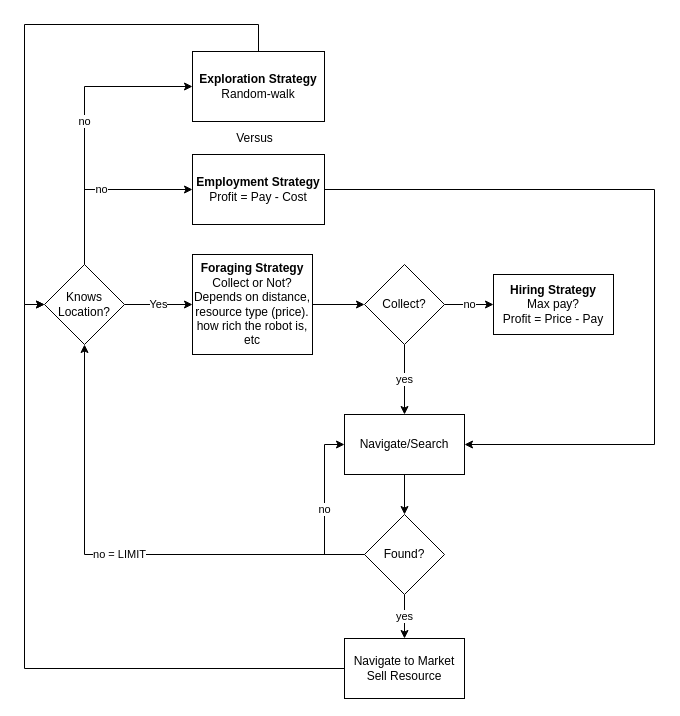
This is MarketForaging/Copy of Untitled Diagram.drawio from teksander/geth-argos, a draw.io file, before an edit. Source tidied: cells renumbered, new cells numbered last; positions are measured from the earlier drawing's top-left corner, leaving out a move shared by most shapes. Both pictures are drawn from the tidied source at 100%, with x=0, y=0 at pixel (24, 24).
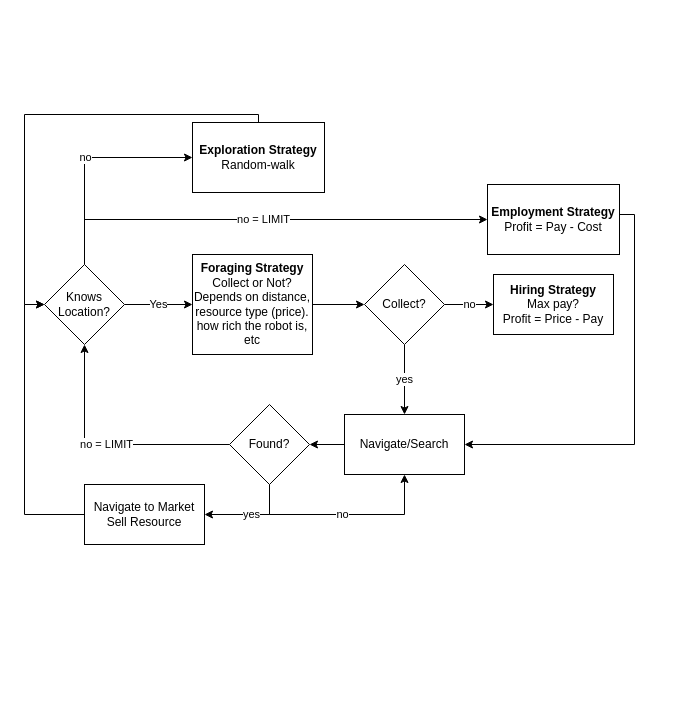
The same page after the edit.

Unchanged cells that the change refers to:
```xml
<mxCell id="5" value="Navigate/Search" style="rounded=0;whiteSpace=wrap;html=1;" parent="1" vertex="1">
  <mxGeometry x="320" y="390" width="120" height="60" as="geometry" />
</mxCell>
<mxCell id="11" value="Knows Location?" style="rhombus;whiteSpace=wrap;html=1;" parent="1" vertex="1">
  <mxGeometry x="20" y="240" width="80" height="80" as="geometry" />
</mxCell>
```

What changed in the source:
```diff
@@
     <mxCell id="2" style="edgeStyle=orthogonalEdgeStyle;rounded=0;jettySize=auto;html=1;entryX=0;entryY=0.5;entryDx=0;entryDy=0;" parent="1" edge="1" source="3" target="11">
-      <mxGeometry relative="1" as="geometry" />
+      <mxGeometry relative="1" as="geometry">
+        <Array as="points">
+          <mxPoint y="280" />
+        </Array>
+      </mxGeometry>
     </mxCell>
     <mxCell id="3" value="Navigate to Market&lt;br&gt;Sell Resource" style="rounded=0;whiteSpace=wrap;html=1;" parent="1" vertex="1">
-      <mxGeometry x="320" y="614" width="120" height="60" as="geometry" />
+      <mxGeometry x="60" y="460" width="120" height="60" as="geometry" />
     </mxCell>
-    <mxCell id="4" style="edgeStyle=orthogonalEdgeStyle;rounded=0;jettySize=auto;html=1;entryX=0.5;entryY=0;entryDx=0;entryDy=0;" parent="1" edge="1" source="5" target="18">
-      <mxGeometry relative="1" as="geometry" />
+    <mxCell id="4" style="edgeStyle=orthogonalEdgeStyle;rounded=0;jettySize=auto;html=1;entryX=1;entryY=0.5;entryDx=0;entryDy=0;" parent="1" edge="1" source="5" target="18">
+      <mxGeometry relative="1" as="geometry">
+        <Array as="points">
+          <mxPoint x="290" y="420" />
+          <mxPoint x="290" y="420" />
+        </Array>
+      </mxGeometry>
     </mxCell>
@@
     <mxCell id="9" value="no" style="edgeStyle=orthogonalEdgeStyle;rounded=0;jettySize=auto;html=1;entryX=0;entryY=0.5;entryDx=0;entryDy=0;" parent="1" edge="1" source="11" target="21">
       <mxGeometry relative="1" as="geometry">
         <Array as="points">
-          <mxPoint x="60" y="62" />
+          <mxPoint x="60" y="133" />
         </Array>
       </mxGeometry>
     </mxCell>
-    <mxCell id="10" value="no" style="edgeStyle=orthogonalEdgeStyle;rounded=0;jettySize=auto;html=1;entryX=0;entryY=0.5;entryDx=0;entryDy=0;" parent="1" edge="1" source="11" target="23">
+    <mxCell id="10" value="no = LIMIT" style="edgeStyle=orthogonalEdgeStyle;rounded=0;jettySize=auto;html=1;entryX=0;entryY=0.5;entryDx=0;entryDy=0;" parent="1" edge="1" source="11" target="23">
       <mxGeometry relative="1" as="geometry">
         <Array as="points">
-          <mxPoint x="60" y="165" />
+          <mxPoint x="60" y="195" />
         </Array>
       </mxGeometry>
     </mxCell>
@@
-    <mxCell id="15" value="no" style="edgeStyle=orthogonalEdgeStyle;rounded=0;jettySize=auto;html=1;entryX=0;entryY=0.5;entryDx=0;entryDy=0;" parent="1" edge="1" source="18" target="5">
+    <mxCell id="15" value="no" style="edgeStyle=orthogonalEdgeStyle;rounded=0;jettySize=auto;html=1;entryX=0.5;entryY=1;entryDx=0;entryDy=0;" parent="1" edge="1" source="18" target="5">
       <mxGeometry relative="1" as="geometry">
         <Array as="points">
-          <mxPoint x="300" y="530" />
-          <mxPoint x="300" y="420" />
+          <mxPoint x="245" y="490" />
+          <mxPoint x="380" y="490" />
         </Array>
       </mxGeometry>
     </mxCell>
@@
-    <mxCell id="17" value="yes" style="edgeStyle=orthogonalEdgeStyle;rounded=0;jettySize=auto;html=1;" parent="1" edge="1" source="18" target="3">
-      <mxGeometry relative="1" as="geometry" />
+    <mxCell id="17" value="yes" style="edgeStyle=orthogonalEdgeStyle;rounded=0;jettySize=auto;html=1;entryX=1;entryY=0.5;entryDx=0;entryDy=0;" parent="1" edge="1" source="18" target="3">
+      <mxGeometry relative="1" as="geometry">
+        <Array as="points">
+          <mxPoint x="245" y="490" />
+        </Array>
+      </mxGeometry>
     </mxCell>
     <mxCell id="18" value="Found?" style="rhombus;whiteSpace=wrap;html=1;" parent="1" vertex="1">
-      <mxGeometry x="340" y="490" width="80" height="80" as="geometry" />
+      <mxGeometry x="205" y="380" width="80" height="80" as="geometry" />
     </mxCell>
@@
     <mxCell id="20" style="edgeStyle=orthogonalEdgeStyle;rounded=0;jettySize=auto;html=1;entryX=0;entryY=0.5;entryDx=0;entryDy=0;" parent="1" edge="1" source="21" target="11">
       <mxGeometry relative="1" as="geometry">
         <Array as="points">
-          <mxPoint x="234" />
-          <mxPoint />
+          <mxPoint x="234" y="90" />
+          <mxPoint y="90" />
           <mxPoint y="280" />
         </Array>
       </mxGeometry>
     </mxCell>
     <mxCell id="21" value="&lt;b&gt;Exploration Strategy&lt;/b&gt;&lt;br&gt;Random-walk" style="rounded=0;whiteSpace=wrap;html=1;" parent="1" vertex="1">
-      <mxGeometry x="168" y="27" width="132" height="70" as="geometry" />
+      <mxGeometry x="168" y="98" width="132" height="70" as="geometry" />
     </mxCell>
     <mxCell id="22" style="edgeStyle=orthogonalEdgeStyle;rounded=0;jettySize=auto;html=1;entryX=1;entryY=0.5;entryDx=0;entryDy=0;" parent="1" edge="1" source="23" target="5">
       <mxGeometry relative="1" as="geometry">
         <Array as="points">
-          <mxPoint x="630" y="165" />
-          <mxPoint x="630" y="420" />
+          <mxPoint x="610" y="190" />
+          <mxPoint x="610" y="420" />
         </Array>
       </mxGeometry>
     </mxCell>
     <mxCell id="23" value="&lt;b&gt;Employment Strategy&lt;/b&gt;&lt;br&gt;Profit = Pay - Cost" style="rounded=0;whiteSpace=wrap;html=1;" parent="1" vertex="1">
-      <mxGeometry x="168" y="130" width="132" height="70" as="geometry" />
+      <mxGeometry x="463" y="160" width="132" height="70" as="geometry" />
     </mxCell>
-    <mxCell id="24" value="Versus" style="text;html=1;align=center;verticalAlign=middle;strokeColor=none;fillColor=none;" parent="1" vertex="1">
-      <mxGeometry x="205" y="104" width="50" height="20" as="geometry" />
-    </mxCell>
```
